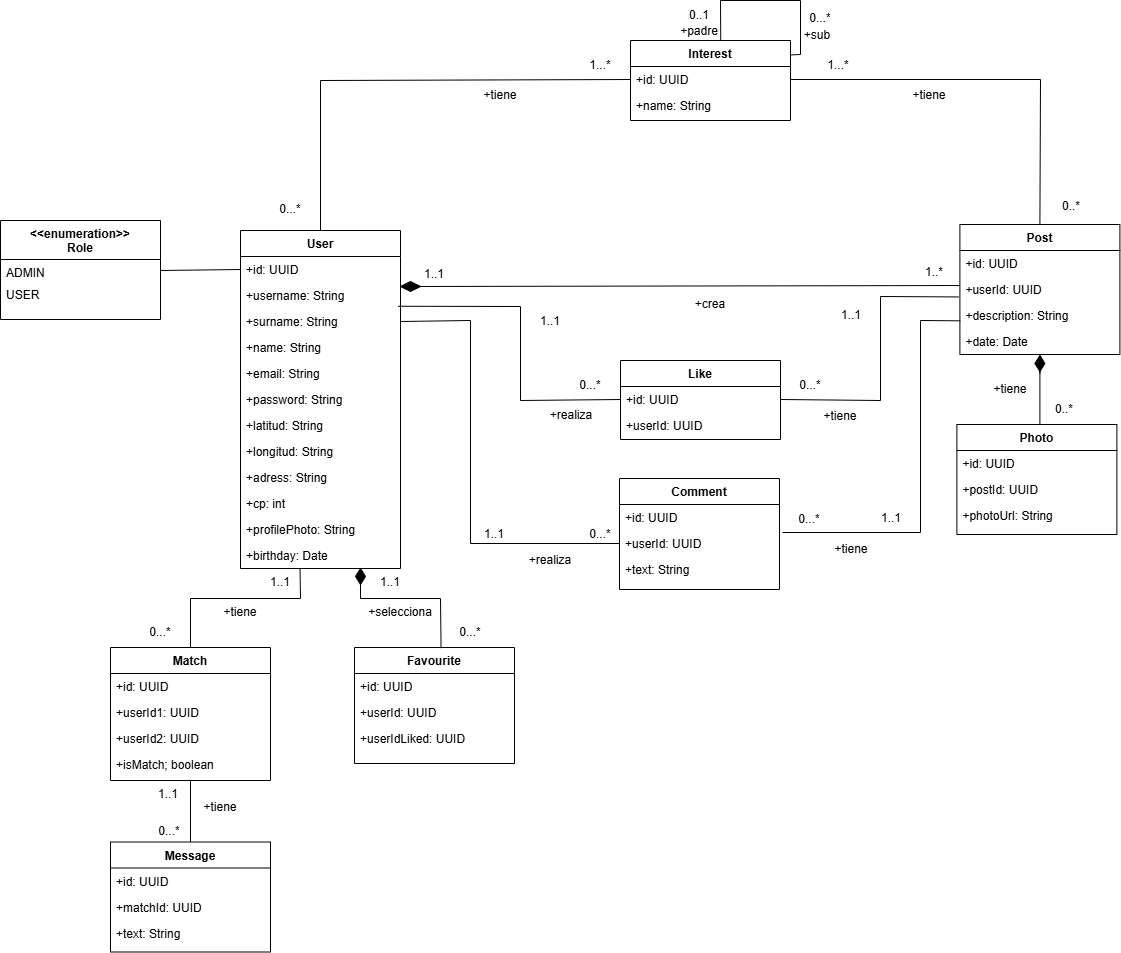
The draw.io diagram documentation/GeekHub-diagrama.drawio.png in olgaaw/GeekHub, before a commit. Source tidied: cells renumbered, new cells last; positions are measured from the earlier drawing's top-left corner, leaving out a move shared by most shapes.
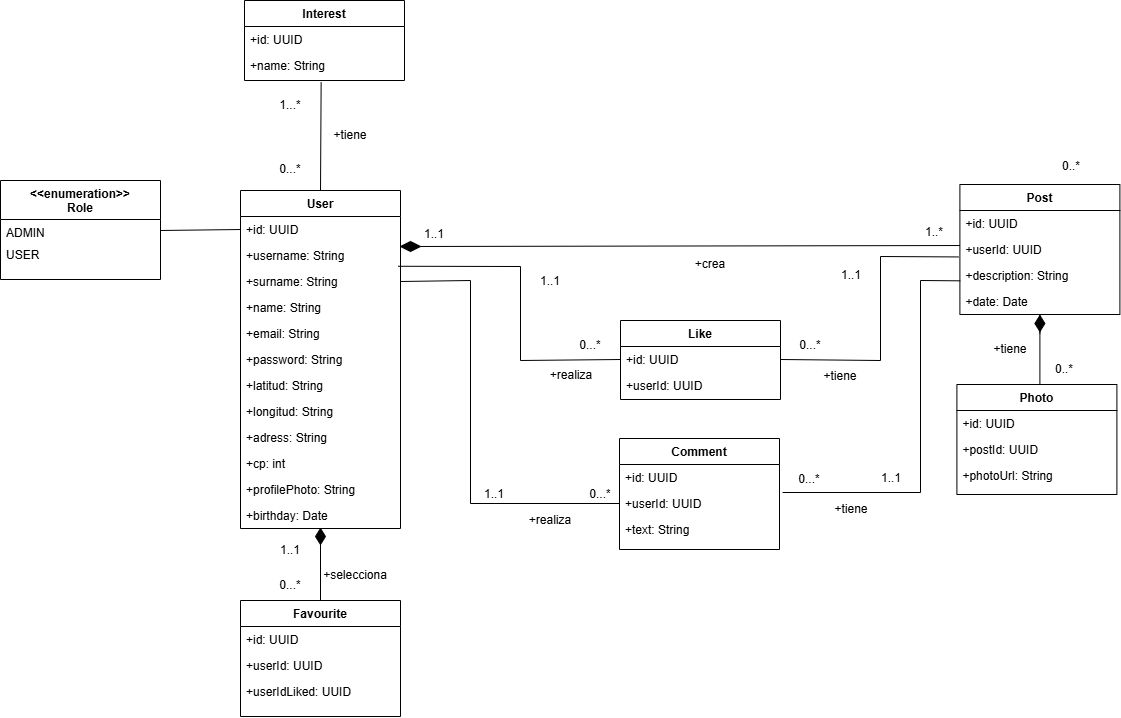
After the change.

What changed in the source:
```diff
@@ -69,7 +69,7 @@
       <mxGeometry y="78" width="160" height="26" as="geometry" />
     </mxCell>
     <mxCell id="24" value="Favourite" style="swimlane;fontStyle=1;align=center;verticalAlign=top;horizontal=1;startSize=26;rounded=0;shadow=0;strokeWidth=1;" parent="1" vertex="1">
-      <mxGeometry x="354" y="647" width="160" height="116" as="geometry" />
+      <mxGeometry x="240" y="640" width="160" height="116" as="geometry" />
     </mxCell>
     <mxCell id="25" value="+id: UUID" style="text;align=left;verticalAlign=top;spacingLeft=4;spacingRight=4;overflow=hidden;" parent="24" vertex="1">
       <mxGeometry y="26" width="160" height="26" as="geometry" />
@@ -80,23 +80,8 @@
     <mxCell id="27" value="+userIdLiked: UUID" style="text;align=left;verticalAlign=top;spacingLeft=4;spacingRight=4;overflow=hidden;rounded=0;shadow=0;html=0;" parent="24" vertex="1">
       <mxGeometry y="78" width="160" height="26" as="geometry" />
     </mxCell>
-    <mxCell id="28" value="Match" style="swimlane;fontStyle=1;align=center;verticalAlign=top;horizontal=1;startSize=26;rounded=0;shadow=0;strokeWidth=1;" parent="1" vertex="1">
-      <mxGeometry x="110" y="647" width="160" height="133" as="geometry" />
-    </mxCell>
-    <mxCell id="29" value="+id: UUID" style="text;align=left;verticalAlign=top;spacingLeft=4;spacingRight=4;overflow=hidden;" parent="28" vertex="1">
-      <mxGeometry y="26" width="160" height="26" as="geometry" />
-    </mxCell>
-    <mxCell id="30" value="+userId1: UUID" style="text;align=left;verticalAlign=top;spacingLeft=4;spacingRight=4;overflow=hidden;rounded=0;shadow=0;html=0;" parent="28" vertex="1">
-      <mxGeometry y="52" width="160" height="26" as="geometry" />
-    </mxCell>
-    <mxCell id="31" value="+userId2: UUID" style="text;align=left;verticalAlign=top;spacingLeft=4;spacingRight=4;overflow=hidden;rounded=0;shadow=0;html=0;" parent="28" vertex="1">
-      <mxGeometry y="78" width="160" height="26" as="geometry" />
-    </mxCell>
-    <mxCell id="32" value="+isMatch; boolean" style="text;align=left;verticalAlign=top;spacingLeft=4;spacingRight=4;overflow=hidden;rounded=0;shadow=0;html=0;" parent="28" vertex="1">
-      <mxGeometry y="104" width="160" height="26" as="geometry" />
-    </mxCell>
     <mxCell id="33" value="Interest" style="swimlane;fontStyle=1;align=center;verticalAlign=top;horizontal=1;startSize=26;rounded=0;shadow=0;strokeWidth=1;" parent="1" vertex="1">
-      <mxGeometry x="630" y="40" width="160" height="80" as="geometry" />
+      <mxGeometry x="244" y="40" width="160" height="80" as="geometry" />
     </mxCell>
     <mxCell id="34" value="+id: UUID" style="text;align=left;verticalAlign=top;spacingLeft=4;spacingRight=4;overflow=hidden;points=[[0,0.5],[1,0.5]];portConstraint=eastwest;" parent="33" vertex="1">
       <mxGeometry y="26" width="160" height="26" as="geometry" />
@@ -104,18 +89,6 @@
     <mxCell id="35" value="+name: String" style="text;align=left;verticalAlign=top;spacingLeft=4;spacingRight=4;overflow=hidden;points=[[0,0.5],[1,0.5]];portConstraint=eastwest;rounded=0;shadow=0;html=0;" parent="33" vertex="1">
       <mxGeometry y="52" width="160" height="26" as="geometry" />
     </mxCell>
-    <mxCell id="36" value="Message" style="swimlane;fontStyle=1;align=center;verticalAlign=top;horizontal=1;startSize=26;rounded=0;shadow=0;strokeWidth=1;" parent="1" vertex="1">
-      <mxGeometry x="110" y="841.5" width="160" height="110" as="geometry" />
-    </mxCell>
-    <mxCell id="37" value="+id: UUID" style="text;align=left;verticalAlign=top;spacingLeft=4;spacingRight=4;overflow=hidden;" parent="36" vertex="1">
-      <mxGeometry y="26" width="160" height="26" as="geometry" />
-    </mxCell>
-    <mxCell id="38" value="+matchId: UUID" style="text;align=left;verticalAlign=top;spacingLeft=4;spacingRight=4;overflow=hidden;rounded=0;shadow=0;html=0;" parent="36" vertex="1">
-      <mxGeometry y="52" width="160" height="26" as="geometry" />
-    </mxCell>
-    <mxCell id="39" value="+text: String" style="text;align=left;verticalAlign=top;spacingLeft=4;spacingRight=4;overflow=hidden;rounded=0;shadow=0;html=0;" parent="36" vertex="1">
-      <mxGeometry y="78" width="160" height="26" as="geometry" />
-    </mxCell>
     <mxCell id="40" style="endArrow=none;html=1;rounded=0;entryX=0.001;entryY=0.347;entryDx=0;entryDy=0;entryPerimeter=0;" parent="1" edge="1" source="55" target="17">
       <mxGeometry relative="1" as="geometry" />
     </mxCell>
@@ -125,15 +98,8 @@
     <mxCell id="42" value="+crea" style="text;html=1;align=center;verticalAlign=middle;whiteSpace=wrap;rounded=0;" parent="1" vertex="1">
       <mxGeometry x="680" y="289" width="60" height="30" as="geometry" />
     </mxCell>
-    <mxCell id="43" style="endArrow=none;html=1;rounded=0;entryX=0;entryY=0.5;entryDx=0;entryDy=0;exitX=0.5;exitY=0;exitDx=0;exitDy=0;" parent="1" edge="1" source="2" target="34">
-      <mxGeometry relative="1" as="geometry">
-        <Array as="points">
-          <mxPoint x="320" y="80" />
-        </Array>
-      </mxGeometry>
-    </mxCell>
     <mxCell id="44" value="+tiene" style="text;html=1;align=center;verticalAlign=middle;whiteSpace=wrap;rounded=0;" parent="1" vertex="1">
-      <mxGeometry x="470" y="80" width="60" height="30" as="geometry" />
+      <mxGeometry x="320" y="160" width="60" height="30" as="geometry" />
     </mxCell>
     <mxCell id="45" style="endArrow=none;html=1;rounded=0;entryX=0.5;entryY=1;entryDx=0;entryDy=0;exitX=0.5;exitY=0;exitDx=0;exitDy=0;" parent="1" edge="1" source="57">
       <mxGeometry relative="1" as="geometry">
@@ -143,40 +109,9 @@
     <mxCell id="46" value="+tiene" style="text;html=1;align=center;verticalAlign=middle;whiteSpace=wrap;rounded=0;" parent="1" vertex="1">
       <mxGeometry x="979.7" y="374" width="60" height="30" as="geometry" />
     </mxCell>
-    <mxCell id="47" style="endArrow=none;html=1;rounded=0;entryX=0.5;entryY=0;entryDx=0;entryDy=0;exitX=1;exitY=0.5;exitDx=0;exitDy=0;" parent="1" edge="1" source="34" target="15">
-      <mxGeometry relative="1" as="geometry">
-        <Array as="points">
-          <mxPoint x="1040" y="79" />
-        </Array>
-      </mxGeometry>
-    </mxCell>
-    <mxCell id="48" value="1...*" style="text;html=1;align=center;verticalAlign=middle;whiteSpace=wrap;rounded=0;" parent="1" vertex="1">
-      <mxGeometry x="808" y="50" width="60" height="30" as="geometry" />
-    </mxCell>
-    <mxCell id="49" value="+tiene" style="text;html=1;align=center;verticalAlign=middle;whiteSpace=wrap;rounded=0;" parent="1" vertex="1">
-      <mxGeometry x="899.4" y="80" width="60" height="30" as="geometry" />
-    </mxCell>
     <mxCell id="50" value="+selecciona" style="text;html=1;align=center;verticalAlign=middle;whiteSpace=wrap;rounded=0;" parent="1" vertex="1">
-      <mxGeometry x="370" y="597" width="60" height="30" as="geometry" />
+      <mxGeometry x="325" y="600" width="60" height="30" as="geometry" />
     </mxCell>
-    <mxCell id="51" style="endArrow=none;html=1;rounded=0;entryX=0.5;entryY=0;entryDx=0;entryDy=0;exitX=0.5;exitY=1;exitDx=0;exitDy=0;" parent="1" edge="1" source="28" target="36">
-      <mxGeometry relative="1" as="geometry" />
-    </mxCell>
-    <mxCell id="52" value="+tiene" style="text;html=1;align=center;verticalAlign=middle;whiteSpace=wrap;rounded=0;" parent="1" vertex="1">
-      <mxGeometry x="190" y="791.5" width="60" height="30" as="geometry" />
-    </mxCell>
-    <mxCell id="53" style="endArrow=none;html=1;rounded=0;exitX=0.5;exitY=0;exitDx=0;exitDy=0;entryX=0.372;entryY=1.021;entryDx=0;entryDy=0;entryPerimeter=0;" parent="1" edge="1" source="28">
-      <mxGeometry relative="1" as="geometry">
-        <mxPoint x="299.5" y="567.5" as="targetPoint" />
-        <Array as="points">
-          <mxPoint x="190" y="598" />
-          <mxPoint x="300" y="598" />
-        </Array>
-      </mxGeometry>
-    </mxCell>
-    <mxCell id="54" value="+tiene" style="text;html=1;align=center;verticalAlign=middle;whiteSpace=wrap;rounded=0;" parent="1" vertex="1">
-      <mxGeometry x="210" y="597" width="60" height="30" as="geometry" />
-    </mxCell>
     <mxCell id="55" style="rhombus;whiteSpace=wrap;html=1;fillColor=#000000;" parent="1" vertex="1">
       <mxGeometry x="400" y="281" width="20" height="10" as="geometry" />
     </mxCell>
@@ -188,17 +123,8 @@
     <mxCell id="57" style="rhombus;whiteSpace=wrap;html=1;fillColor=#000000;" parent="1" vertex="1">
       <mxGeometry x="1034.4" y="355" width="10" height="16" as="geometry" />
     </mxCell>
-    <mxCell id="58" style="endArrow=none;html=1;rounded=0;entryX=0.5;entryY=1;entryDx=0;entryDy=0;exitX=0.541;exitY=0.005;exitDx=0;exitDy=0;exitPerimeter=0;" parent="1" edge="1" source="24">
-      <mxGeometry relative="1" as="geometry">
-        <mxPoint x="360" y="571" as="targetPoint" />
-        <Array as="points">
-          <mxPoint x="440" y="598" />
-          <mxPoint x="360" y="598" />
-        </Array>
-      </mxGeometry>
-    </mxCell>
     <mxCell id="59" style="rhombus;whiteSpace=wrap;html=1;fillColor=#000000;rotation=0;" parent="1" vertex="1">
-      <mxGeometry x="355" y="568" width="10" height="16" as="geometry" />
+      <mxGeometry x="315" y="568" width="10" height="16" as="geometry" />
     </mxCell>
     <mxCell id="60" value="&lt;&lt;enumeration&gt;&gt;&#10;Role" style="swimlane;fontStyle=1;align=center;verticalAlign=top;horizontal=1;startSize=39;rounded=0;shadow=0;strokeWidth=1;" parent="1" vertex="1">
       <mxGeometry y="220" width="160" height="99" as="geometry" />
@@ -282,22 +208,6 @@
     <mxCell id="79" value="+tiene" style="text;html=1;align=center;verticalAlign=middle;whiteSpace=wrap;rounded=0;" parent="1" vertex="1">
       <mxGeometry x="821" y="534" width="60" height="30" as="geometry" />
     </mxCell>
-    <mxCell id="80" style="endArrow=none;html=1;rounded=0;exitX=0.564;exitY=0.002;exitDx=0;exitDy=0;exitPerimeter=0;" parent="1" edge="1" source="33">
-      <mxGeometry relative="1" as="geometry">
-        <mxPoint x="800" as="targetPoint" />
-        <Array as="points">
-          <mxPoint x="720" />
-        </Array>
-      </mxGeometry>
-    </mxCell>
-    <mxCell id="81" style="endArrow=none;html=1;rounded=0;exitX=1.002;exitY=0.18;exitDx=0;exitDy=0;exitPerimeter=0;" parent="1" edge="1" source="33">
-      <mxGeometry relative="1" as="geometry">
-        <mxPoint x="800" as="targetPoint" />
-        <Array as="points">
-          <mxPoint x="800" y="54" />
-        </Array>
-      </mxGeometry>
-    </mxCell>
     <mxCell id="82" value="1..1" style="text;html=1;align=center;verticalAlign=middle;whiteSpace=wrap;rounded=0;" parent="1" vertex="1">
       <mxGeometry x="404" y="259" width="60" height="30" as="geometry" />
     </mxCell>
@@ -305,7 +215,7 @@
       <mxGeometry x="1041.4" y="191" width="60" height="30" as="geometry" />
     </mxCell>
     <mxCell id="84" value="1...*" style="text;html=1;align=center;verticalAlign=middle;whiteSpace=wrap;rounded=0;" parent="1" vertex="1">
-      <mxGeometry x="570" y="50" width="60" height="30" as="geometry" />
+      <mxGeometry x="260" y="130" width="60" height="30" as="geometry" />
     </mxCell>
     <mxCell id="85" value="0...*" style="text;html=1;align=center;verticalAlign=middle;whiteSpace=wrap;rounded=0;" parent="1" vertex="1">
       <mxGeometry x="260" y="194" width="60" height="30" as="geometry" />
@@ -314,23 +224,11 @@
       <mxGeometry x="1034.4" y="394" width="60" height="30" as="geometry" />
     </mxCell>
     <mxCell id="87" value="0...*" style="text;html=1;align=center;verticalAlign=middle;whiteSpace=wrap;rounded=0;" parent="1" vertex="1">
-      <mxGeometry x="440" y="617" width="60" height="30" as="geometry" />
+      <mxGeometry x="260" y="610" width="60" height="30" as="geometry" />
     </mxCell>
     <mxCell id="88" value="1..1" style="text;html=1;align=center;verticalAlign=middle;whiteSpace=wrap;rounded=0;" parent="1" vertex="1">
-      <mxGeometry x="360" y="567" width="60" height="30" as="geometry" />
+      <mxGeometry x="260" y="575" width="60" height="30" as="geometry" />
     </mxCell>
-    <mxCell id="89" value="0...*" style="text;html=1;align=center;verticalAlign=middle;whiteSpace=wrap;rounded=0;" parent="1" vertex="1">
-      <mxGeometry x="130" y="617" width="60" height="30" as="geometry" />
-    </mxCell>
-    <mxCell id="90" value="1..1" style="text;html=1;align=center;verticalAlign=middle;whiteSpace=wrap;rounded=0;" parent="1" vertex="1">
-      <mxGeometry x="250" y="567" width="60" height="30" as="geometry" />
-    </mxCell>
-    <mxCell id="91" value="0...*" style="text;html=1;align=center;verticalAlign=middle;whiteSpace=wrap;rounded=0;" parent="1" vertex="1">
-      <mxGeometry x="139" y="815.5" width="60" height="30" as="geometry" />
-    </mxCell>
-    <mxCell id="92" value="1..1" style="text;html=1;align=center;verticalAlign=middle;whiteSpace=wrap;rounded=0;" parent="1" vertex="1">
-      <mxGeometry x="138" y="779" width="60" height="30" as="geometry" />
-    </mxCell>
     <mxCell id="93" value="0...*" style="text;html=1;align=center;verticalAlign=middle;whiteSpace=wrap;rounded=0;" parent="1" vertex="1">
       <mxGeometry x="780" y="370" width="60" height="30" as="geometry" />
     </mxCell>
@@ -355,17 +253,11 @@
     <mxCell id="100" value="1..1" style="text;html=1;align=center;verticalAlign=middle;whiteSpace=wrap;rounded=0;" parent="1" vertex="1">
       <mxGeometry x="464" y="518.5" width="60" height="30" as="geometry" />
     </mxCell>
-    <mxCell id="101" value="0..1" style="text;html=1;align=center;verticalAlign=middle;whiteSpace=wrap;rounded=0;" parent="1" vertex="1">
-      <mxGeometry x="669" width="60" height="30" as="geometry" />
-    </mxCell>
-    <mxCell id="102" value="0...*" style="text;html=1;align=center;verticalAlign=middle;whiteSpace=wrap;rounded=0;" parent="1" vertex="1">
-      <mxGeometry x="790" y="3" width="60" height="30" as="geometry" />
-    </mxCell>
-    <mxCell id="103" value="+padre" style="text;html=1;align=center;verticalAlign=middle;whiteSpace=wrap;rounded=0;" parent="1" vertex="1">
-      <mxGeometry x="669" y="16" width="60" height="30" as="geometry" />
-    </mxCell>
-    <mxCell id="104" value="+sub" style="text;html=1;align=center;verticalAlign=middle;whiteSpace=wrap;rounded=0;" parent="1" vertex="1">
-      <mxGeometry x="787" y="20" width="60" height="30" as="geometry" />
-    </mxCell>
+    <mxCell id="105" style="endArrow=none;html=1;rounded=0;entryX=0.5;entryY=1.038;entryDx=0;entryDy=0;entryPerimeter=0;exitX=0.5;exitY=0;exitDx=0;exitDy=0;" parent="1" edge="1" source="24" target="14">
+      <mxGeometry relative="1" as="geometry" />
+    </mxCell>
+    <mxCell id="106" style="endArrow=none;html=1;rounded=0;entryX=0.479;entryY=1.152;entryDx=0;entryDy=0;entryPerimeter=0;exitX=0.5;exitY=0;exitDx=0;exitDy=0;" parent="1" edge="1" source="2" target="35">
+      <mxGeometry relative="1" as="geometry" />
+    </mxCell>
   </root>
 </mxGraphModel>
```
